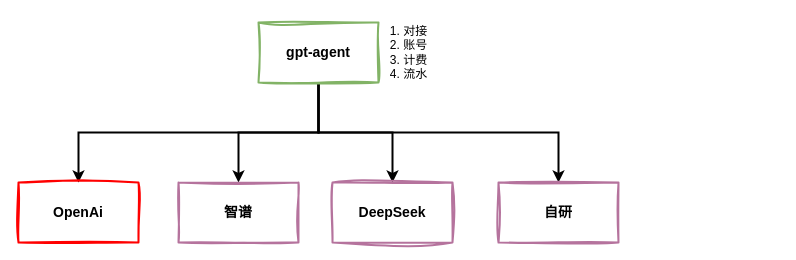
The draw.io diagram tech/gpt/gpt.drawio in zhuanzhuan-tech/arch-draw-io, before the edit. Source tidied: cells renumbered, new cells numbered last; positions are measured from the earlier drawing's top-left corner, leaving out a move shared by most shapes. Both pictures are drawn from the tidied source at 100%, with x=0, y=0 at pixel (18, 17).
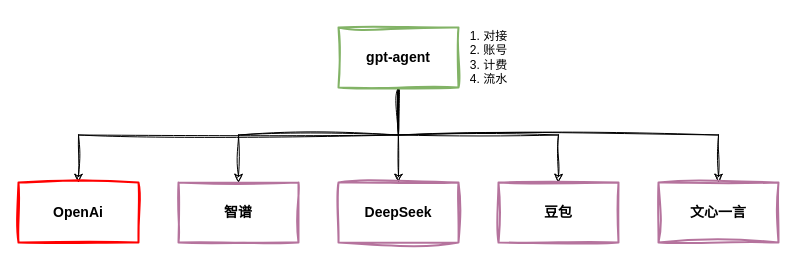
The same page after the edit.

What changed in the source:
```diff
@@
 <mxGraphModel>
   <root>
     <mxCell id="0" />
     <mxCell id="1" parent="0" />
+    <mxCell id="12" style="edgeStyle=orthogonalEdgeStyle;rounded=0;hachureGap=4;jettySize=auto;html=1;exitX=0.5;exitY=1;exitDx=0;exitDy=0;entryX=0.5;entryY=0;entryDx=0;entryDy=0;fontFamily=Architects Daughter;sketch=1;curveFitting=1;jiggle=2;" parent="1" edge="1" source="6" target="13">
+      <mxGeometry relative="1" as="geometry" />
+    </mxCell>
-    <mxCell id="2" style="edgeStyle=orthogonalEdgeStyle;rounded=0;jettySize=auto;html=1;exitX=0.5;exitY=1;exitDx=0;exitDy=0;entryX=0.5;entryY=0;entryDx=0;entryDy=0;strokeWidth=2;" parent="1" edge="1" source="6" target="7">
+    <mxCell id="2" style="edgeStyle=orthogonalEdgeStyle;rounded=0;hachureGap=4;jettySize=auto;html=1;exitX=0.5;exitY=1;exitDx=0;exitDy=0;entryX=0.5;entryY=0;entryDx=0;entryDy=0;fontFamily=Architects Daughter;sketch=1;curveFitting=1;jiggle=2;" parent="1" edge="1" source="6" target="7">
       <mxGeometry relative="1" as="geometry" />
     </mxCell>
-    <mxCell id="3" style="edgeStyle=orthogonalEdgeStyle;rounded=0;jettySize=auto;html=1;exitX=0.5;exitY=1;exitDx=0;exitDy=0;entryX=0.5;entryY=0;entryDx=0;entryDy=0;strokeWidth=2;" parent="1" edge="1" source="6" target="8">
+    <mxCell id="3" style="edgeStyle=orthogonalEdgeStyle;rounded=0;hachureGap=4;jettySize=auto;html=1;exitX=0.5;exitY=1;exitDx=0;exitDy=0;fontFamily=Architects Daughter;sketch=1;curveFitting=1;jiggle=2;" parent="1" edge="1" source="6" target="8">
       <mxGeometry relative="1" as="geometry" />
     </mxCell>
-    <mxCell id="4" style="edgeStyle=orthogonalEdgeStyle;rounded=0;jettySize=auto;html=1;exitX=0.5;exitY=1;exitDx=0;exitDy=0;entryX=0.5;entryY=0;entryDx=0;entryDy=0;strokeWidth=2;" parent="1" edge="1" source="6" target="9">
+    <mxCell id="4" style="edgeStyle=orthogonalEdgeStyle;rounded=0;hachureGap=4;jettySize=auto;html=1;exitX=0.5;exitY=1;exitDx=0;exitDy=0;fontFamily=Architects Daughter;sketch=1;curveFitting=1;jiggle=2;" parent="1" edge="1" source="6" target="9">
       <mxGeometry relative="1" as="geometry" />
     </mxCell>
-    <mxCell id="5" style="edgeStyle=orthogonalEdgeStyle;rounded=0;jettySize=auto;html=1;exitX=0.5;exitY=1;exitDx=0;exitDy=0;entryX=0.5;entryY=0;entryDx=0;entryDy=0;strokeWidth=2;" parent="1" edge="1" source="6" target="10">
+    <mxCell id="5" style="edgeStyle=orthogonalEdgeStyle;rounded=0;hachureGap=4;jettySize=auto;html=1;exitX=0.5;exitY=1;exitDx=0;exitDy=0;entryX=0.5;entryY=0;entryDx=0;entryDy=0;fontFamily=Architects Daughter;sketch=1;curveFitting=1;jiggle=2;" parent="1" edge="1" source="6" target="10">
       <mxGeometry relative="1" as="geometry" />
     </mxCell>
-    <mxCell id="6" value="&lt;font style=&quot;font-size: 14px;&quot;&gt;&lt;b&gt;gpt-agent&lt;/b&gt;&lt;/font&gt;" style="rounded=0;whiteSpace=wrap;html=1;strokeWidth=2;fillColor=none;sketch=1;curveFitting=1;jiggle=2;strokeColor=#82b366;" parent="1" vertex="1">
-      <mxGeometry x="240" y="5" width="120" height="60" as="geometry" />
+    <mxCell id="6" value="&lt;font style=&quot;font-size: 14px;&quot;&gt;&lt;b&gt;gpt-agent&lt;/b&gt;&lt;/font&gt;" style="rounded=0;whiteSpace=wrap;html=1;strokeWidth=2;fillColor=none;strokeColor=#82b366;sketch=1;curveFitting=1;jiggle=2;" parent="1" vertex="1">
+      <mxGeometry x="320" y="10" width="120" height="60" as="geometry" />
     </mxCell>
-    <mxCell id="7" value="&lt;span style=&quot;font-size: 14px;&quot;&gt;&lt;b&gt;OpenAi&lt;/b&gt;&lt;/span&gt;" style="rounded=0;whiteSpace=wrap;html=1;strokeWidth=2;fillColor=none;sketch=1;curveFitting=1;jiggle=2;strokeColor=#FF0000;" parent="1" vertex="1">
+    <mxCell id="7" value="&lt;span style=&quot;font-size: 14px;&quot;&gt;&lt;b&gt;OpenAi&lt;/b&gt;&lt;/span&gt;" style="rounded=0;whiteSpace=wrap;html=1;strokeWidth=2;fillColor=none;strokeColor=#FF0000;sketch=1;curveFitting=1;jiggle=2;" parent="1" vertex="1">
       <mxGeometry y="165" width="120" height="60" as="geometry" />
     </mxCell>
-    <mxCell id="8" value="&lt;span style=&quot;font-size: 14px;&quot;&gt;&lt;b&gt;智谱&lt;/b&gt;&lt;/span&gt;" style="rounded=0;whiteSpace=wrap;html=1;strokeWidth=2;fillColor=none;sketch=1;curveFitting=1;jiggle=2;strokeColor=#B5739D;" parent="1" vertex="1">
+    <mxCell id="8" value="&lt;span style=&quot;font-size: 14px;&quot;&gt;&lt;b&gt;智谱&lt;/b&gt;&lt;/span&gt;" style="rounded=0;whiteSpace=wrap;html=1;strokeWidth=2;fillColor=none;strokeColor=#B5739D;sketch=1;curveFitting=1;jiggle=2;" parent="1" vertex="1">
       <mxGeometry x="160" y="165" width="120" height="60" as="geometry" />
     </mxCell>
-    <mxCell id="9" value="&lt;span style=&quot;font-size: 14px;&quot;&gt;&lt;b&gt;DeepSeek&lt;/b&gt;&lt;/span&gt;" style="rounded=0;whiteSpace=wrap;html=1;strokeWidth=2;fillColor=none;sketch=1;curveFitting=1;jiggle=2;strokeColor=#B5739D;" parent="1" vertex="1">
-      <mxGeometry x="314" y="165" width="120" height="60" as="geometry" />
+    <mxCell id="9" value="&lt;span style=&quot;font-size: 14px;&quot;&gt;&lt;b&gt;DeepSeek&lt;/b&gt;&lt;/span&gt;" style="rounded=0;whiteSpace=wrap;html=1;strokeWidth=2;fillColor=none;strokeColor=#B5739D;sketch=1;curveFitting=1;jiggle=2;" parent="1" vertex="1">
+      <mxGeometry x="320" y="165" width="120" height="60" as="geometry" />
     </mxCell>
-    <mxCell id="10" value="&lt;span style=&quot;font-size: 14px;&quot;&gt;&lt;b&gt;自研&lt;/b&gt;&lt;/span&gt;" style="rounded=0;whiteSpace=wrap;html=1;strokeWidth=2;fillColor=none;sketch=1;curveFitting=1;jiggle=2;strokeColor=#B5739D;" parent="1" vertex="1">
+    <mxCell id="10" value="&lt;span style=&quot;font-size: 14px;&quot;&gt;&lt;b&gt;豆包&lt;/b&gt;&lt;/span&gt;" style="rounded=0;whiteSpace=wrap;html=1;strokeWidth=2;fillColor=none;strokeColor=#B5739D;sketch=1;curveFitting=1;jiggle=2;" parent="1" vertex="1">
       <mxGeometry x="480" y="165" width="120" height="60" as="geometry" />
     </mxCell>
-    <mxCell id="11" value="1. 对接&lt;div&gt;2. 账号&lt;/div&gt;&lt;div&gt;3. 计费&lt;/div&gt;&lt;div&gt;4. 流水&lt;/div&gt;" style="text;html=1;align=center;verticalAlign=middle;strokeColor=none;fillColor=none;" parent="1" vertex="1">
-      <mxGeometry x="360" width="60" height="70" as="geometry" />
+    <mxCell id="11" value="1. 对接&lt;div&gt;2. 账号&lt;/div&gt;&lt;div&gt;3. 计费&lt;/div&gt;&lt;div&gt;4. 流水&lt;/div&gt;" style="text;html=1;align=center;verticalAlign=middle;strokeColor=none;fillColor=none;sketch=1;curveFitting=1;jiggle=2;" parent="1" vertex="1">
+      <mxGeometry x="440" y="5" width="60" height="70" as="geometry" />
     </mxCell>
+    <mxCell id="13" value="&lt;span style=&quot;font-size: 14px;&quot;&gt;&lt;b&gt;文心一言&lt;/b&gt;&lt;/span&gt;" style="rounded=0;whiteSpace=wrap;html=1;strokeWidth=2;fillColor=none;strokeColor=#B5739D;sketch=1;curveFitting=1;jiggle=2;" parent="1" vertex="1">
+      <mxGeometry x="640" y="165" width="120" height="60" as="geometry" />
+    </mxCell>
   </root>
 </mxGraphModel>
```
